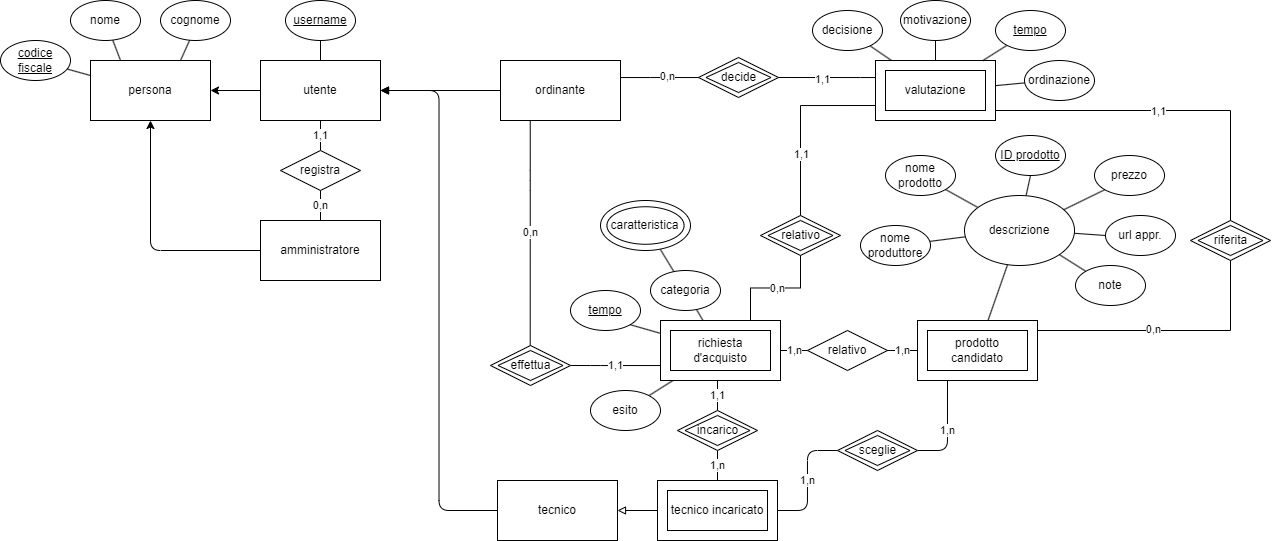
Earlier version of the draw.io export assets/ER_concettuale.png (StefanoElisio/Progetto-base-di-dati). Source tidied: cells renumbered, new cells last; positions are measured from the earlier drawing's top-left corner, leaving out a move shared by most shapes.
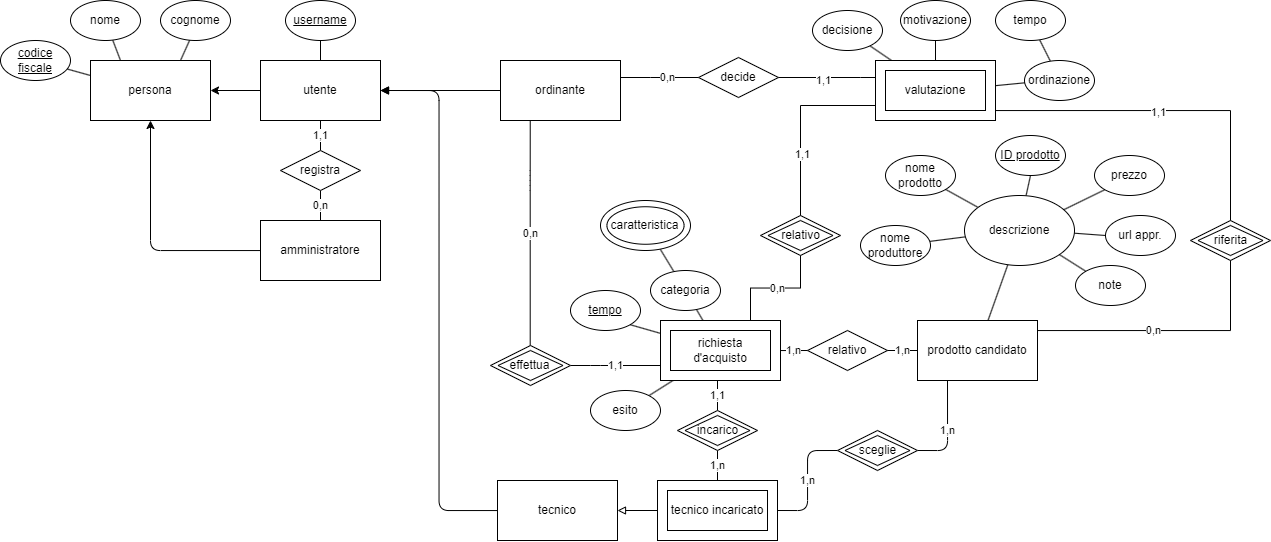
After the change.

Change to the diagram source:
```diff
@@ -168,12 +168,9 @@
     <mxCell id="51" style="group;" parent="1" vertex="1">
       <mxGeometry x="917" y="320" width="120" height="60" as="geometry" />
     </mxCell>
-    <mxCell id="52" style="whiteSpace=wrap;html=1;" parent="51" vertex="1">
+    <mxCell id="52" value="prodotto candidato" style="whiteSpace=wrap;html=1;" parent="51" vertex="1">
       <mxGeometry width="120" height="60" as="geometry" />
     </mxCell>
-    <mxCell id="53" value="prodotto candidato" style="rounded=0;whiteSpace=wrap;html=1;labelBackgroundColor=none;" parent="51" vertex="1">
-      <mxGeometry x="10" y="10" width="100" height="40" as="geometry" />
-    </mxCell>
     <mxCell id="54" style="group;" parent="1" vertex="1">
       <mxGeometry x="807" y="330" width="80" height="40" as="geometry" />
     </mxCell>
@@ -258,15 +255,12 @@
     <mxCell id="80" value="valutazione" style="rounded=0;whiteSpace=wrap;html=1;labelBackgroundColor=none;" parent="78" vertex="1">
       <mxGeometry x="10" y="10" width="100" height="40" as="geometry" />
     </mxCell>
-    <mxCell id="81" style="group;" parent="1" vertex="1">
+    <mxCell id="81" value="de" style="group;verticalAlign=middle;" parent="1" vertex="1">
       <mxGeometry x="698" y="57" width="80" height="40" as="geometry" />
     </mxCell>
-    <mxCell id="82" style="rhombus;whiteSpace=wrap;html=1;" parent="81" vertex="1">
+    <mxCell id="82" value="decide" style="rhombus;whiteSpace=wrap;html=1;" parent="81" vertex="1">
       <mxGeometry width="80" height="40" as="geometry" />
     </mxCell>
-    <mxCell id="83" value="decide" style="rhombus;whiteSpace=wrap;html=1;" parent="81" vertex="1">
-      <mxGeometry x="7.5" y="5" width="65" height="30" as="geometry" />
-    </mxCell>
     <mxCell id="84" style="group;" parent="1" vertex="1">
       <mxGeometry x="1190" y="220" width="80" height="40" as="geometry" />
     </mxCell>
@@ -343,11 +337,11 @@
     <mxCell id="102" value="incarico" style="rhombus;whiteSpace=wrap;html=1;" parent="1" vertex="1">
       <mxGeometry x="684.5" y="415" width="65" height="30" as="geometry" />
     </mxCell>
-    <mxCell id="103" style="rounded=0;jettySize=auto;html=1;endArrow=none;endFill=0;" parent="1" edge="1" source="104" target="79">
+    <mxCell id="103" style="rounded=0;jettySize=auto;html=1;endArrow=none;endFill=0;" parent="1" edge="1" source="104" target="105">
       <mxGeometry relative="1" as="geometry" />
     </mxCell>
-    <mxCell id="104" value="tempo" style="ellipse;whiteSpace=wrap;html=1;fontStyle=4;" parent="1" vertex="1">
-      <mxGeometry x="995" y="10" width="70" height="40" as="geometry" />
+    <mxCell id="104" value="tempo" style="ellipse;whiteSpace=wrap;html=1;fontStyle=0;" parent="1" vertex="1">
+      <mxGeometry x="995" width="70" height="40" as="geometry" />
     </mxCell>
     <mxCell id="105" value="ordinazione" style="ellipse;whiteSpace=wrap;html=1;fontStyle=0;" parent="1" vertex="1">
       <mxGeometry x="1024" y="60" width="70" height="40" as="geometry" />
```
